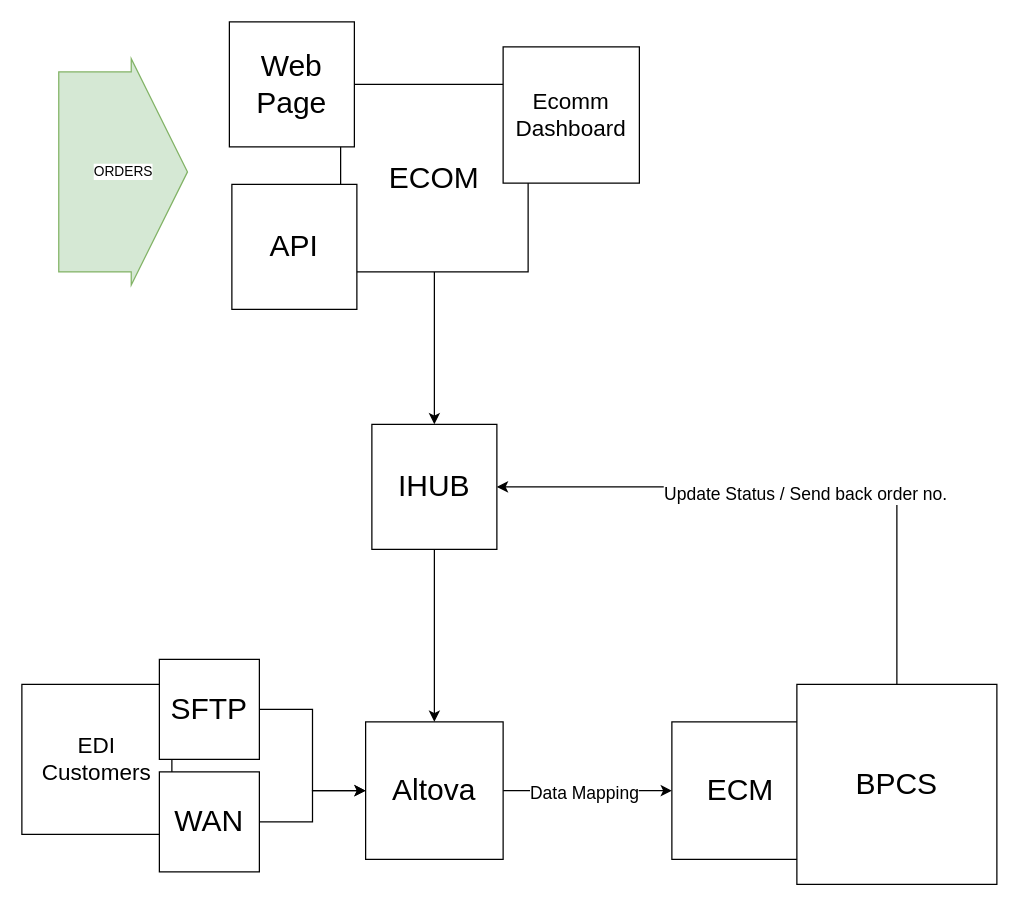
Earlier version of the draw.io diagram SCC-big-picture-draft.drawio (LukaszJessa/diagrams). Source tidied: cells renumbered, new cells numbered last; positions are measured from the earlier drawing's top-left corner, leaving out a move shared by most shapes. Both pictures are drawn from the tidied source at 125%, with x=0, y=0 at pixel (21, 21).
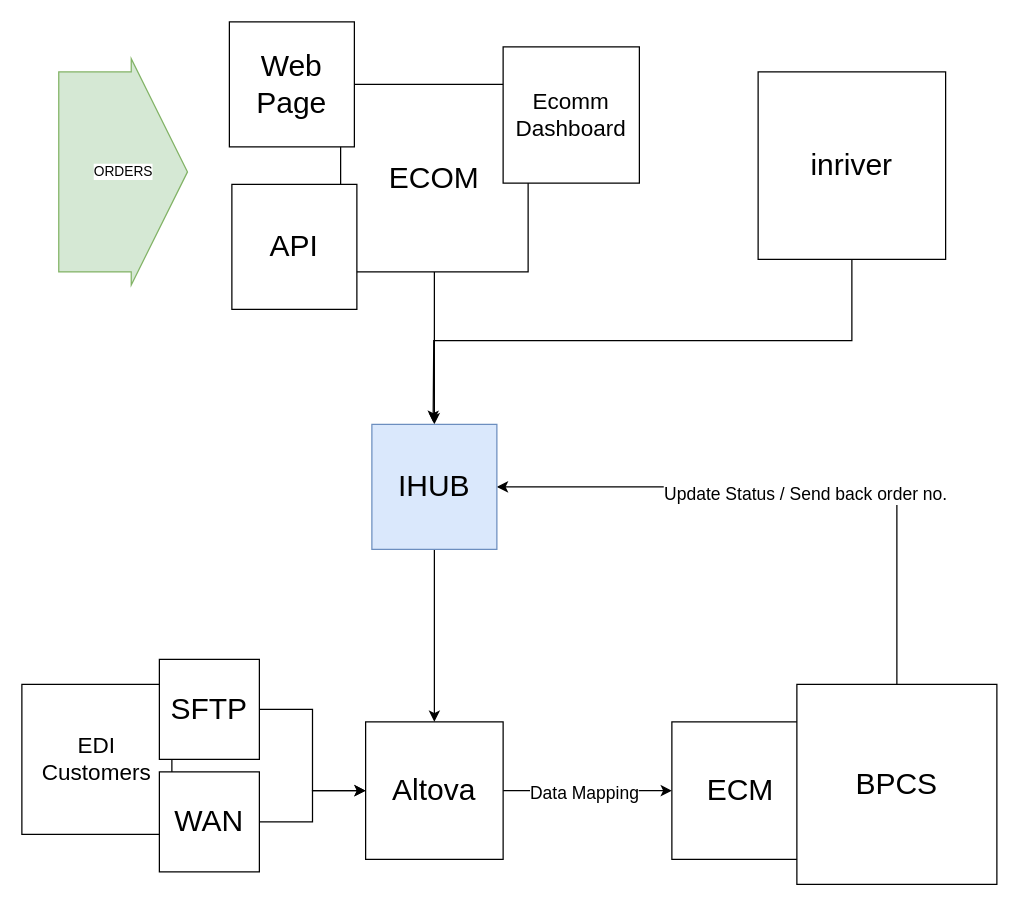
Above is the later version.

Change to the diagram source:
```diff
@@
-    <mxCell id="14" value="&lt;font style=&quot;font-size: 24px;&quot;&gt;IHUB&lt;/font&gt;" style="whiteSpace=wrap;html=1;" parent="1" vertex="1">
+    <mxCell id="14" value="&lt;font style=&quot;font-size: 24px;&quot;&gt;IHUB&lt;/font&gt;" style="whiteSpace=wrap;html=1;fillColor=#dae8fc;strokeColor=#6c8ebf;" parent="1" vertex="1">
       <mxGeometry x="280" y="322" width="100" height="100" as="geometry" />
     </mxCell>
@@
+    <mxCell id="22" style="edgeStyle=orthogonalEdgeStyle;rounded=0;jettySize=auto;html=1;exitX=0.5;exitY=1;exitDx=0;exitDy=0;" parent="1" edge="1" source="23">
+      <mxGeometry relative="1" as="geometry">
+        <mxPoint x="329" y="320" as="targetPoint" />
+      </mxGeometry>
+    </mxCell>
+    <mxCell id="23" value="&lt;font style=&quot;font-size: 24px;&quot;&gt;inriver&lt;/font&gt;" style="whiteSpace=wrap;html=1;" parent="1" vertex="1">
+      <mxGeometry x="589" y="40" width="150" height="150" as="geometry" />
+    </mxCell>
```
